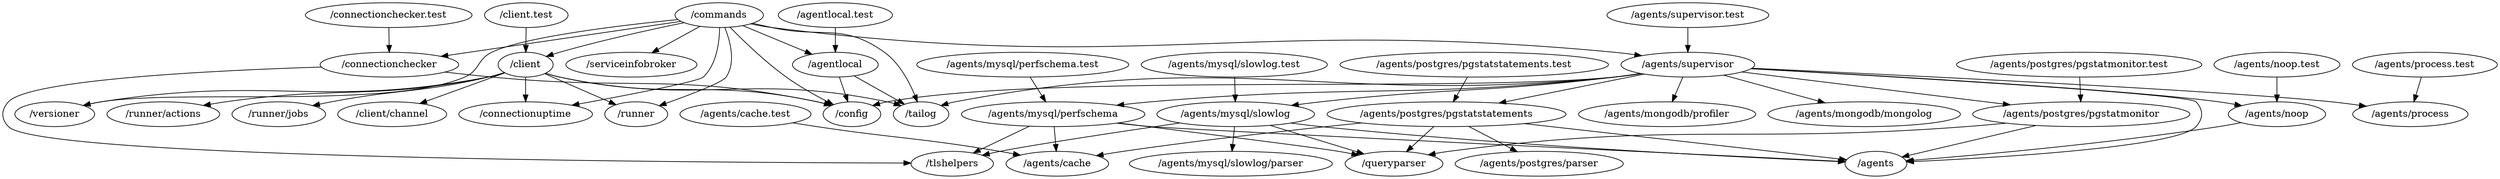
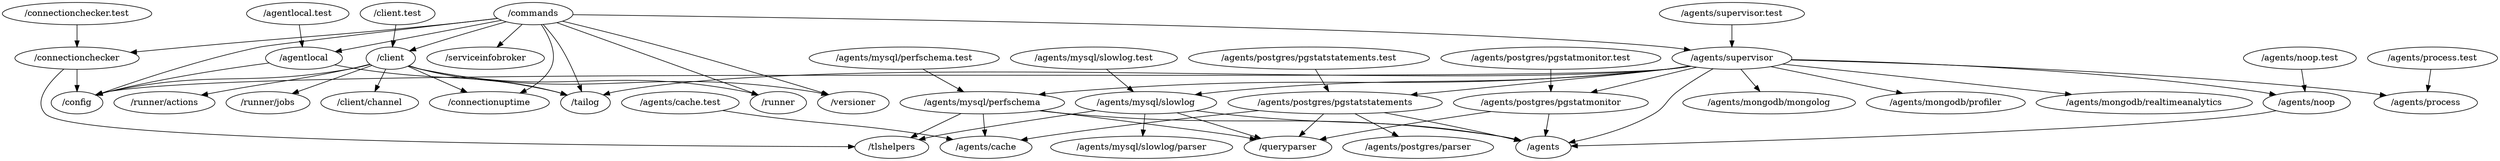
digraph packages {
	"/agentlocal" -> "/config";
	"/agentlocal" -> "/tailog";
	"/agentlocal.test" -> "/agentlocal";
	"/agents/cache.test" -> "/agents/cache";
	"/agents/mysql/perfschema" -> "/agents";
	"/agents/mysql/perfschema" -> "/agents/cache";
	"/agents/mysql/perfschema" -> "/queryparser";
	"/agents/mysql/perfschema" -> "/tlshelpers";
	"/agents/mysql/perfschema.test" -> "/agents/mysql/perfschema";
	"/agents/mysql/slowlog" -> "/agents";
	"/agents/mysql/slowlog" -> "/agents/mysql/slowlog/parser";
	"/agents/mysql/slowlog" -> "/queryparser";
	"/agents/mysql/slowlog" -> "/tlshelpers";
	"/agents/mysql/slowlog.test" -> "/agents/mysql/slowlog";
	"/agents/noop" -> "/agents";
	"/agents/noop.test" -> "/agents/noop";
	"/agents/postgres/pgstatmonitor" -> "/agents";
	"/agents/postgres/pgstatmonitor" -> "/queryparser";
	"/agents/postgres/pgstatmonitor.test" -> "/agents/postgres/pgstatmonitor";
	"/agents/postgres/pgstatstatements" -> "/agents";
	"/agents/postgres/pgstatstatements" -> "/agents/cache";
	"/agents/postgres/pgstatstatements" -> "/agents/postgres/parser";
	"/agents/postgres/pgstatstatements" -> "/queryparser";
	"/agents/postgres/pgstatstatements.test" -> "/agents/postgres/pgstatstatements";
	"/agents/process.test" -> "/agents/process";
	"/agents/supervisor" -> "/agents";
	"/agents/supervisor" -> "/agents/mongodb/mongolog";
	"/agents/supervisor" -> "/agents/mongodb/profiler";
+ 	"/agents/supervisor" -> "/agents/mongodb/realtimeanalytics";
	"/agents/supervisor" -> "/agents/mysql/perfschema";
	"/agents/supervisor" -> "/agents/mysql/slowlog";
	"/agents/supervisor" -> "/agents/noop";
	"/agents/supervisor" -> "/agents/postgres/pgstatmonitor";
	"/agents/supervisor" -> "/agents/postgres/pgstatstatements";
	"/agents/supervisor" -> "/agents/process";
	"/agents/supervisor" -> "/config";
	"/agents/supervisor" -> "/tailog";
	"/agents/supervisor.test" -> "/agents/supervisor";
	"/client" -> "/client/channel";
	"/client" -> "/config";
	"/client" -> "/connectionuptime";
	"/client" -> "/runner";
	"/client" -> "/runner/actions";
	"/client" -> "/runner/jobs";
	"/client" -> "/tailog";
	"/client" -> "/versioner";
	"/client.test" -> "/client";
	"/commands" -> "/agentlocal";
	"/commands" -> "/agents/supervisor";
	"/commands" -> "/client";
	"/commands" -> "/config";
	"/commands" -> "/connectionchecker";
	"/commands" -> "/connectionuptime";
	"/commands" -> "/runner";
	"/commands" -> "/serviceinfobroker";
	"/commands" -> "/tailog";
	"/commands" -> "/versioner";
	"/connectionchecker" -> "/config";
	"/connectionchecker" -> "/tlshelpers";
	"/connectionchecker.test" -> "/connectionchecker";
}
